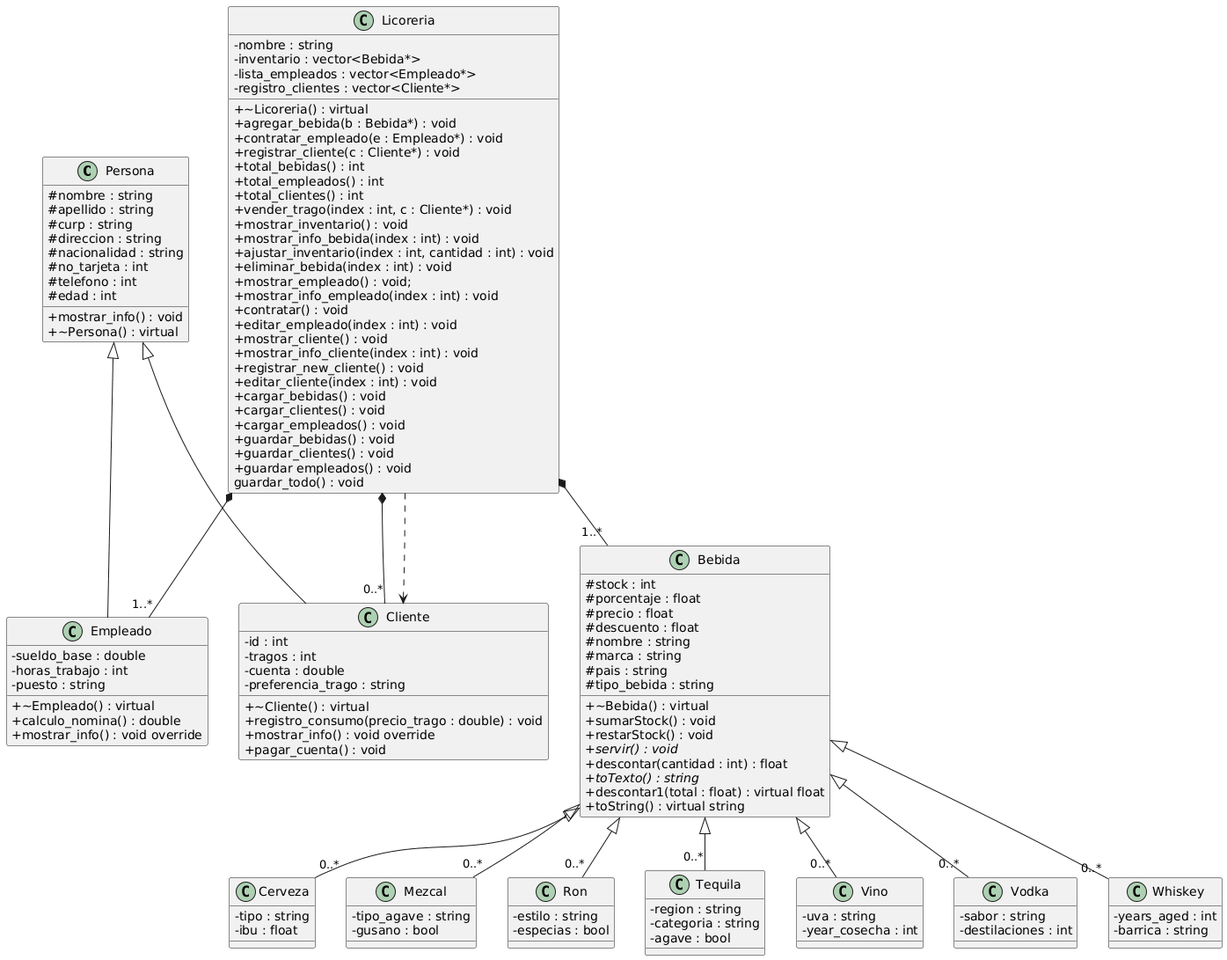
The PlantUML diagram Diagrama_UML.png in Marcoflesh/TC1030_Proyecto_Taberna, before a commit.
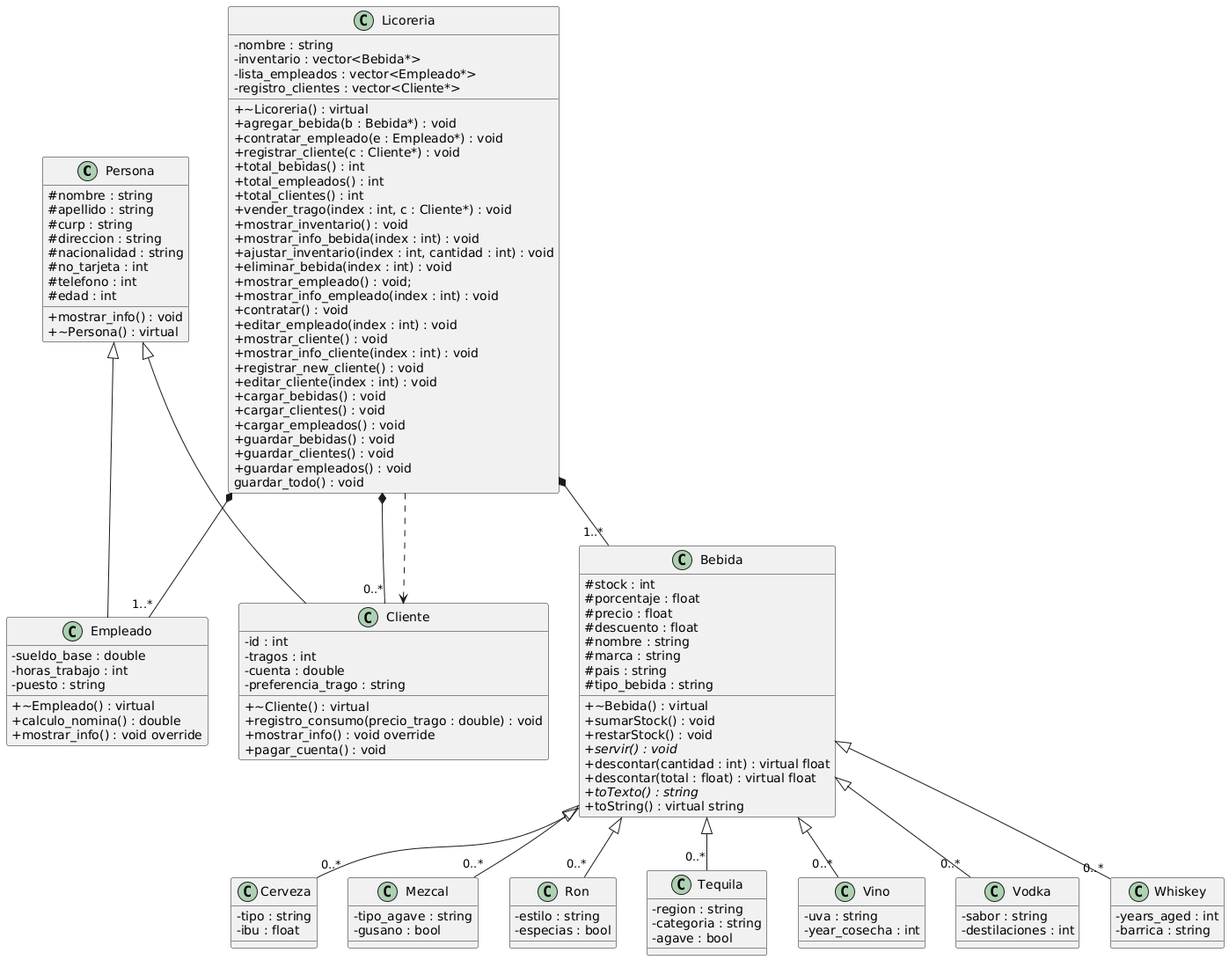
The same diagram one commit later.

Commit message:
Arreglar errores en clases

The edit, as a diff of the source:
```diff
@@ -53,9 +53,9 @@
   + sumarStock() : void
   + restarStock() : void
   + servir() : void {abstract}
-  + descontar(cantidad : int) : float
+  + descontar(cantidad : int) : virtual float
+  + descontar(total : float) : virtual float
   + toTexto() : string {abstract}
-  + descontar1(total : float) : virtual float
   + toString() : virtual string
 }
 
```
